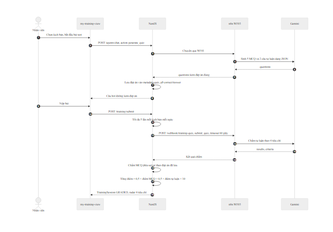
NguyenDang182005/khoa-luan keeps this Mermaid diagram as docs/diagrams/H4-09-quiz.png. Above is the earlier version. Its source is kept beside it as docs/diagrams/H4-09-quiz.mmd.
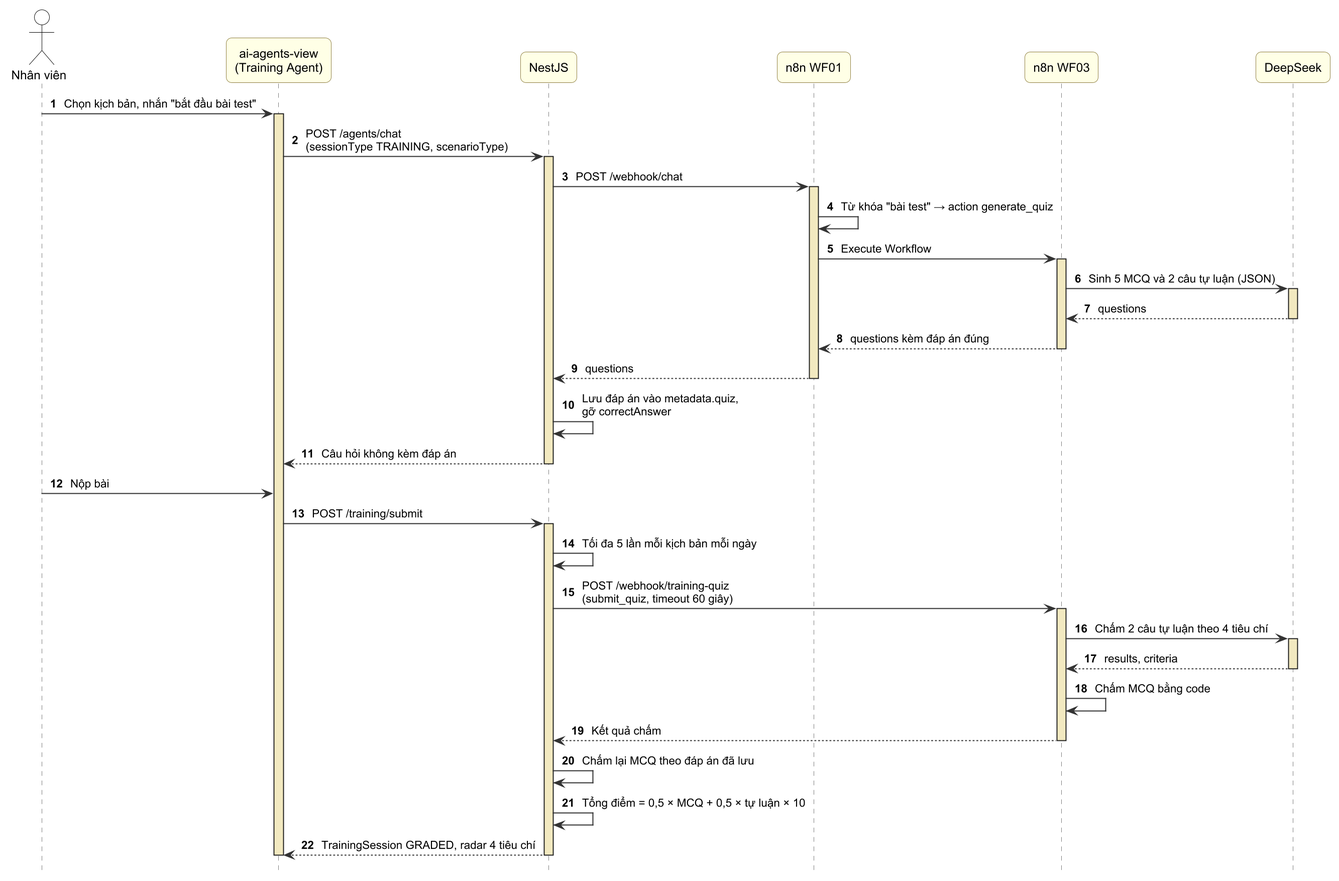
The same diagram one commit later.

Diff of the diagram source:
```diff
@@ -4,7 +4,7 @@
   participant W as my-training-view
   participant A as NestJS
   participant T as n8n WF03
-  participant G as Gemini
+  participant G as DeepSeek
   E->>W: Chọn kịch bản, bắt đầu bài test
   W->>A: POST /agents/chat, action generate_quiz
   A->>T: Chuyển qua WF01
```
